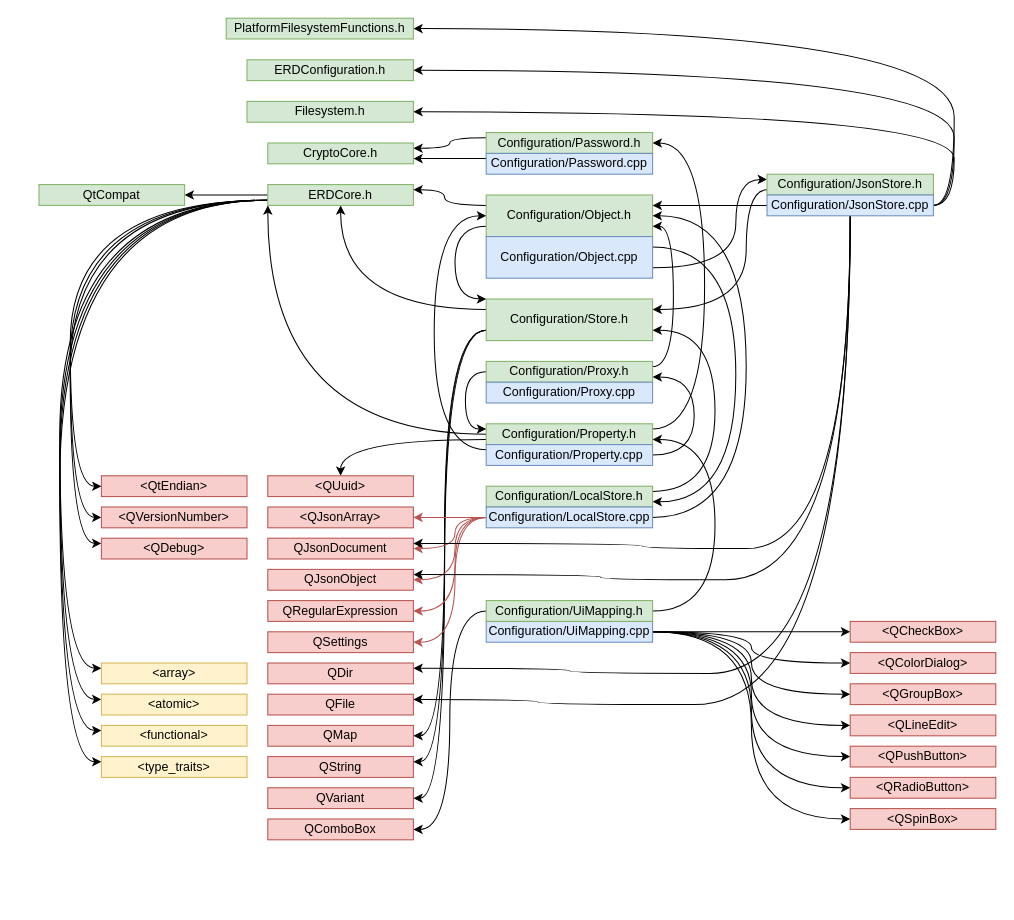
Before: ERD Зависимости.drawio in OMRKiruha/Diagramms, a draw.io diagram. Source tidied: cells renumbered, new cells numbered last; positions are measured from the earlier drawing's top-left corner, leaving out a move shared by most shapes. Both pictures are drawn from the tidied source at 104%, with x=0, y=0 at pixel (38, 18).
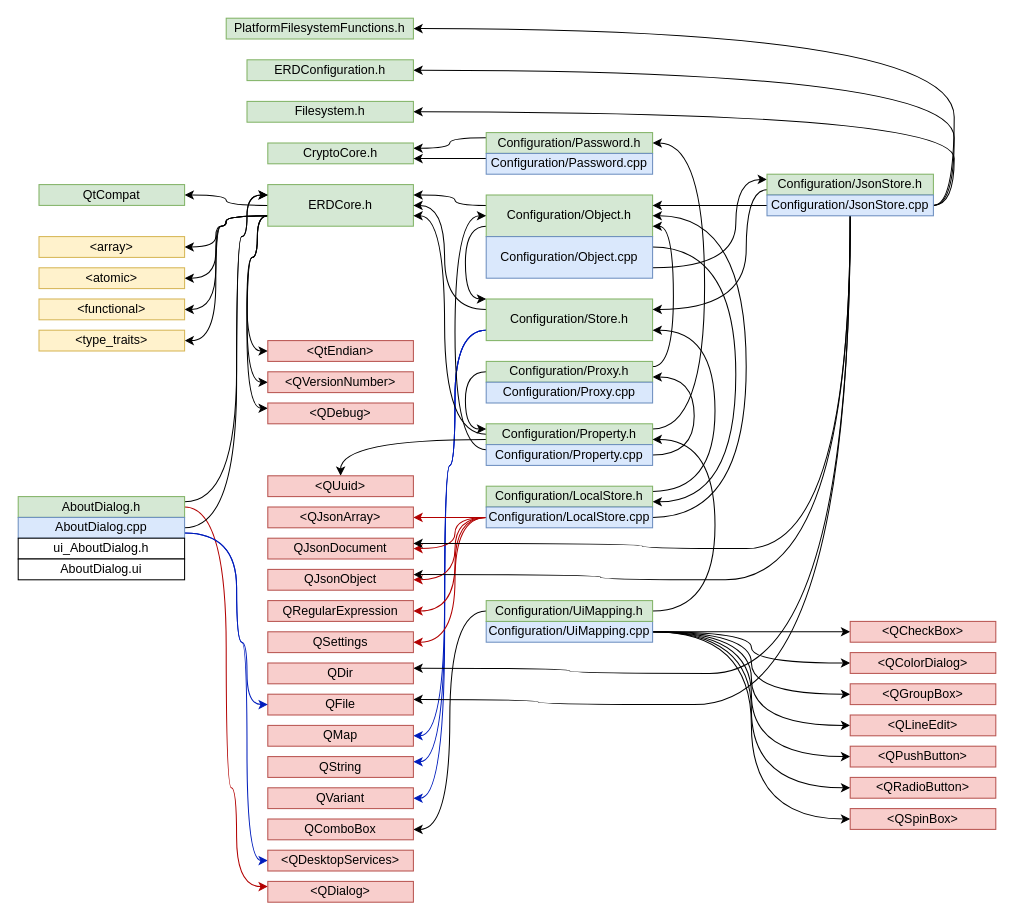
The same diagram, later.

Unchanged cells that the change refers to:
```xml
<mxCell id="15" value="Configuration/Store.h" style="rounded=0;whiteSpace=wrap;html=1;fillColor=#d5e8d4;strokeColor=#82b366;" parent="1" vertex="1">
  <mxGeometry x="430" y="270" width="160" height="40" as="geometry" />
</mxCell>
<mxCell id="18" value="Configuration/Object.h" style="rounded=0;whiteSpace=wrap;html=1;fillColor=#d5e8d4;strokeColor=#82b366;" parent="1" vertex="1">
  <mxGeometry x="430" y="170" width="160" height="40" as="geometry" />
</mxCell>
<mxCell id="29" value="Configuration/Property.h" style="rounded=0;whiteSpace=wrap;html=1;fillColor=#d5e8d4;strokeColor=#82b366;" parent="1" vertex="1">
  <mxGeometry x="430" y="390" width="160" height="20" as="geometry" />
</mxCell>
<mxCell id="32" value="Configuration/Property.cpp" style="rounded=0;whiteSpace=wrap;html=1;fillColor=#dae8fc;strokeColor=#6c8ebf;" parent="1" vertex="1">
  <mxGeometry x="430" y="410" width="160" height="20" as="geometry" />
</mxCell>
<mxCell id="48" value="Configuration/LocalStore.cpp" style="rounded=0;whiteSpace=wrap;html=1;fillColor=#dae8fc;strokeColor=#6c8ebf;" parent="1" vertex="1">
  <mxGeometry x="430" y="470" width="160" height="20" as="geometry" />
</mxCell>
<mxCell id="49" value="&amp;lt;QJsonArray&amp;gt;" style="rounded=0;whiteSpace=wrap;html=1;fillColor=#f8cecc;strokeColor=#b85450;" parent="1" vertex="1">
  <mxGeometry x="220" y="470" width="140" height="20" as="geometry" />
</mxCell>
<mxCell id="50" value="QJsonDocument" style="rounded=0;whiteSpace=wrap;html=1;fillColor=#f8cecc;strokeColor=#b85450;" parent="1" vertex="1">
  <mxGeometry x="220" y="500" width="140" height="20" as="geometry" />
</mxCell>
<mxCell id="51" value="QJsonObject" style="rounded=0;whiteSpace=wrap;html=1;fillColor=#f8cecc;strokeColor=#b85450;" parent="1" vertex="1">
  <mxGeometry x="220" y="530" width="140" height="20" as="geometry" />
</mxCell>
<mxCell id="52" value="QRegularExpression" style="rounded=0;whiteSpace=wrap;html=1;fillColor=#f8cecc;strokeColor=#b85450;" parent="1" vertex="1">
  <mxGeometry x="220" y="560" width="140" height="20" as="geometry" />
</mxCell>
<mxCell id="53" value="QSettings" style="rounded=0;whiteSpace=wrap;html=1;fillColor=#f8cecc;strokeColor=#b85450;" parent="1" vertex="1">
  <mxGeometry x="220" y="590" width="140" height="20" as="geometry" />
</mxCell>
<mxCell id="63" value="QFile" style="rounded=0;whiteSpace=wrap;html=1;fillColor=#f8cecc;strokeColor=#b85450;" parent="1" vertex="1">
  <mxGeometry x="220" y="650" width="140" height="20" as="geometry" />
</mxCell>
<mxCell id="67" value="QMap" style="rounded=0;whiteSpace=wrap;html=1;fillColor=#f8cecc;strokeColor=#b85450;" parent="1" vertex="1">
  <mxGeometry x="220" y="680" width="140" height="20" as="geometry" />
</mxCell>
<mxCell id="68" value="QString" style="rounded=0;whiteSpace=wrap;html=1;fillColor=#f8cecc;strokeColor=#b85450;" parent="1" vertex="1">
  <mxGeometry x="220" y="710" width="140" height="20" as="geometry" />
</mxCell>
<mxCell id="69" value="QVariant" style="rounded=0;whiteSpace=wrap;html=1;fillColor=#f8cecc;strokeColor=#b85450;" parent="1" vertex="1">
  <mxGeometry x="220" y="740" width="140" height="20" as="geometry" />
</mxCell>
<mxCell id="70" value="QtCompat" style="rounded=0;whiteSpace=wrap;html=1;fillColor=#d5e8d4;strokeColor=#82b366;" parent="1" vertex="1">
  <mxGeometry y="160" width="140" height="20" as="geometry" />
</mxCell>
```

Diff of the diagram source:
```diff
@@
-    <mxCell id="2" style="edgeStyle=orthogonalEdgeStyle;rounded=0;jettySize=auto;html=1;exitX=0;exitY=0.5;exitDx=0;exitDy=0;entryX=1;entryY=0.5;entryDx=0;entryDy=0;strokeColor=default;" parent="1" edge="1" source="10" target="70">
+    <mxCell id="2" style="edgeStyle=orthogonalEdgeStyle;jettySize=auto;html=1;exitX=0;exitY=0.5;exitDx=0;exitDy=0;entryX=1;entryY=0.5;entryDx=0;entryDy=0;strokeColor=default;curved=1;" parent="1" edge="1" source="10" target="70">
       <mxGeometry relative="1" as="geometry" />
     </mxCell>
     <mxCell id="3" style="edgeStyle=orthogonalEdgeStyle;curved=1;jettySize=auto;html=1;exitX=0;exitY=0.75;exitDx=0;exitDy=0;entryX=0;entryY=0.5;entryDx=0;entryDy=0;strokeColor=default;" parent="1" edge="1" source="10" target="71">
       <mxGeometry relative="1" as="geometry">
         <Array as="points">
-          <mxPoint x="30" y="175" />
-          <mxPoint x="30" y="450" />
+          <mxPoint x="210" y="190" />
+          <mxPoint x="210" y="230" />
+          <mxPoint x="200" y="230" />
+          <mxPoint x="200" y="320" />
         </Array>
       </mxGeometry>
     </mxCell>
     <mxCell id="4" style="edgeStyle=orthogonalEdgeStyle;curved=1;jettySize=auto;html=1;exitX=0;exitY=0.75;exitDx=0;exitDy=0;entryX=0;entryY=0.5;entryDx=0;entryDy=0;strokeColor=default;" parent="1" edge="1" source="10" target="72">
       <mxGeometry relative="1" as="geometry">
         <Array as="points">
-          <mxPoint x="30" y="175" />
-          <mxPoint x="30" y="480" />
+          <mxPoint x="210" y="190" />
+          <mxPoint x="210" y="230" />
+          <mxPoint x="200" y="230" />
+          <mxPoint x="200" y="350" />
         </Array>
       </mxGeometry>
     </mxCell>
     <mxCell id="5" style="edgeStyle=orthogonalEdgeStyle;curved=1;jettySize=auto;html=1;exitX=0;exitY=0.75;exitDx=0;exitDy=0;entryX=0;entryY=0.25;entryDx=0;entryDy=0;strokeColor=default;" parent="1" edge="1" source="10" target="73">
       <mxGeometry relative="1" as="geometry">
         <Array as="points">
-          <mxPoint x="30" y="175" />
-          <mxPoint x="30" y="505" />
+          <mxPoint x="210" y="190" />
+          <mxPoint x="210" y="230" />
+          <mxPoint x="200" y="230" />
+          <mxPoint x="200" y="375" />
         </Array>
       </mxGeometry>
     </mxCell>
-    <mxCell id="6" style="edgeStyle=orthogonalEdgeStyle;curved=1;jettySize=auto;html=1;exitX=0;exitY=0.75;exitDx=0;exitDy=0;entryX=0;entryY=0.25;entryDx=0;entryDy=0;strokeColor=default;" parent="1" edge="1" source="10" target="74">
+    <mxCell id="6" style="edgeStyle=orthogonalEdgeStyle;curved=1;jettySize=auto;html=1;exitX=0;exitY=0.75;exitDx=0;exitDy=0;entryX=1;entryY=0.5;entryDx=0;entryDy=0;strokeColor=default;" parent="1" edge="1" source="10" target="74">
       <mxGeometry relative="1" as="geometry">
         <Array as="points">
-          <mxPoint x="20" y="175" />
-          <mxPoint x="20" y="625" />
+          <mxPoint x="180" y="190" />
+          <mxPoint x="180" y="200" />
+          <mxPoint x="170" y="200" />
+          <mxPoint x="170" y="220" />
         </Array>
       </mxGeometry>
     </mxCell>
-    <mxCell id="7" style="edgeStyle=orthogonalEdgeStyle;curved=1;jettySize=auto;html=1;exitX=0;exitY=0.75;exitDx=0;exitDy=0;entryX=0;entryY=0.25;entryDx=0;entryDy=0;strokeColor=default;" parent="1" edge="1" source="10" target="75">
+    <mxCell id="7" style="edgeStyle=orthogonalEdgeStyle;curved=1;jettySize=auto;html=1;exitX=0;exitY=0.75;exitDx=0;exitDy=0;entryX=1;entryY=0.5;entryDx=0;entryDy=0;strokeColor=default;" parent="1" edge="1" source="10" target="75">
       <mxGeometry relative="1" as="geometry">
         <Array as="points">
-          <mxPoint x="20" y="175" />
-          <mxPoint x="20" y="655" />
+          <mxPoint x="180" y="190" />
+          <mxPoint x="180" y="200" />
+          <mxPoint x="170" y="200" />
+          <mxPoint x="170" y="250" />
         </Array>
       </mxGeometry>
     </mxCell>
-    <mxCell id="8" style="edgeStyle=orthogonalEdgeStyle;curved=1;jettySize=auto;html=1;exitX=0;exitY=0.75;exitDx=0;exitDy=0;entryX=0;entryY=0.25;entryDx=0;entryDy=0;strokeColor=default;" parent="1" edge="1" source="10" target="76">
+    <mxCell id="8" style="edgeStyle=orthogonalEdgeStyle;curved=1;jettySize=auto;html=1;exitX=0;exitY=0.75;exitDx=0;exitDy=0;entryX=1;entryY=0.5;entryDx=0;entryDy=0;strokeColor=default;" parent="1" edge="1" source="10" target="76">
       <mxGeometry relative="1" as="geometry">
         <Array as="points">
-          <mxPoint x="20" y="175" />
-          <mxPoint x="20" y="685" />
+          <mxPoint x="180" y="190" />
+          <mxPoint x="180" y="200" />
+          <mxPoint x="170" y="200" />
+          <mxPoint x="170" y="280" />
         </Array>
       </mxGeometry>
     </mxCell>
-    <mxCell id="9" style="edgeStyle=orthogonalEdgeStyle;curved=1;jettySize=auto;html=1;exitX=0;exitY=0.75;exitDx=0;exitDy=0;entryX=0;entryY=0.25;entryDx=0;entryDy=0;strokeColor=default;" parent="1" edge="1" source="10" target="77">
+    <mxCell id="9" style="edgeStyle=orthogonalEdgeStyle;curved=1;jettySize=auto;html=1;exitX=0;exitY=0.75;exitDx=0;exitDy=0;entryX=1;entryY=0.5;entryDx=0;entryDy=0;strokeColor=default;" parent="1" edge="1" source="10" target="77">
       <mxGeometry relative="1" as="geometry">
         <Array as="points">
-          <mxPoint x="20" y="175" />
-          <mxPoint x="20" y="715" />
+          <mxPoint x="180" y="190" />
+          <mxPoint x="180" y="200" />
+          <mxPoint x="170" y="200" />
+          <mxPoint x="170" y="310" />
         </Array>
       </mxGeometry>
     </mxCell>
     <mxCell id="10" value="ERDCore.h" style="rounded=0;whiteSpace=wrap;html=1;fillColor=#d5e8d4;strokeColor=#82b366;" parent="1" vertex="1">
-      <mxGeometry x="220" y="160" width="140" height="20" as="geometry" />
+      <mxGeometry x="220" y="160" width="140" height="40" as="geometry" />
     </mxCell>
-    <mxCell id="11" style="edgeStyle=orthogonalEdgeStyle;curved=1;jettySize=auto;html=1;exitX=0;exitY=0.25;exitDx=0;exitDy=0;entryX=0.5;entryY=1;entryDx=0;entryDy=0;strokeColor=default;" parent="1" edge="1" source="15" target="10">
-      <mxGeometry relative="1" as="geometry" />
+    <mxCell id="11" style="edgeStyle=orthogonalEdgeStyle;curved=1;jettySize=auto;html=1;exitX=0;exitY=0.25;exitDx=0;exitDy=0;entryX=1;entryY=0.5;entryDx=0;entryDy=0;strokeColor=default;" parent="1" edge="1" source="15" target="10">
+      <mxGeometry relative="1" as="geometry">
+        <Array as="points">
+          <mxPoint x="390" y="280" />
+          <mxPoint x="390" y="180" />
+        </Array>
+      </mxGeometry>
     </mxCell>
-    <mxCell id="12" style="edgeStyle=orthogonalEdgeStyle;curved=1;jettySize=auto;html=1;exitX=0;exitY=0.75;exitDx=0;exitDy=0;entryX=1;entryY=0.5;entryDx=0;entryDy=0;strokeColor=default;" parent="1" edge="1" source="15" target="67">
+    <mxCell id="12" style="edgeStyle=orthogonalEdgeStyle;curved=1;jettySize=auto;html=1;exitX=0;exitY=0.75;exitDx=0;exitDy=0;entryX=1;entryY=0.5;entryDx=0;entryDy=0;strokeColor=#001DBC;fillColor=#0050ef;" parent="1" edge="1" source="15" target="67">
       <mxGeometry relative="1" as="geometry">
         <Array as="points">
-          <mxPoint x="390" y="300" />
+          <mxPoint x="400" y="300" />
+          <mxPoint x="400" y="430" />
+          <mxPoint x="390" y="430" />
           <mxPoint x="390" y="690" />
         </Array>
       </mxGeometry>
     </mxCell>
-    <mxCell id="13" style="edgeStyle=orthogonalEdgeStyle;curved=1;jettySize=auto;html=1;exitX=0;exitY=0.75;exitDx=0;exitDy=0;entryX=1;entryY=0.25;entryDx=0;entryDy=0;strokeColor=default;" parent="1" edge="1" source="15" target="68">
+    <mxCell id="13" style="edgeStyle=orthogonalEdgeStyle;curved=1;jettySize=auto;html=1;exitX=0;exitY=0.75;exitDx=0;exitDy=0;entryX=1;entryY=0.25;entryDx=0;entryDy=0;strokeColor=#001DBC;fillColor=#0050ef;" parent="1" edge="1" source="15" target="68">
       <mxGeometry relative="1" as="geometry">
         <Array as="points">
-          <mxPoint x="390" y="300" />
+          <mxPoint x="400" y="300" />
+          <mxPoint x="400" y="430" />
+          <mxPoint x="390" y="430" />
           <mxPoint x="390" y="715" />
         </Array>
       </mxGeometry>
     </mxCell>
-    <mxCell id="14" style="edgeStyle=orthogonalEdgeStyle;curved=1;jettySize=auto;html=1;exitX=0;exitY=0.75;exitDx=0;exitDy=0;entryX=1;entryY=0.5;entryDx=0;entryDy=0;strokeColor=default;" parent="1" edge="1" source="15" target="69">
+    <mxCell id="14" style="edgeStyle=orthogonalEdgeStyle;curved=1;jettySize=auto;html=1;exitX=0;exitY=0.75;exitDx=0;exitDy=0;entryX=1;entryY=0.5;entryDx=0;entryDy=0;strokeColor=#001DBC;fillColor=#0050ef;" parent="1" edge="1" source="15" target="69">
       <mxGeometry relative="1" as="geometry">
         <Array as="points">
-          <mxPoint x="390" y="300" />
+          <mxPoint x="400" y="300" />
+          <mxPoint x="400" y="430" />
+          <mxPoint x="390" y="430" />
           <mxPoint x="390" y="750" />
         </Array>
       </mxGeometry>
     </mxCell>
@@
     <mxCell id="16" style="edgeStyle=orthogonalEdgeStyle;jettySize=auto;html=1;exitX=0;exitY=0.75;exitDx=0;exitDy=0;entryX=0;entryY=0;entryDx=0;entryDy=0;curved=1;" parent="1" edge="1" source="18" target="15">
       <mxGeometry relative="1" as="geometry">
         <Array as="points">
-          <mxPoint x="400" y="200" />
-          <mxPoint x="400" y="270" />
+          <mxPoint x="410" y="200" />
+          <mxPoint x="410" y="270" />
         </Array>
       </mxGeometry>
     </mxCell>
     <mxCell id="17" style="edgeStyle=orthogonalEdgeStyle;jettySize=auto;html=1;exitX=0;exitY=0.25;exitDx=0;exitDy=0;entryX=1;entryY=0.25;entryDx=0;entryDy=0;curved=1;" parent="1" edge="1" source="18" target="10">
       <mxGeometry relative="1" as="geometry">
         <Array as="points">
-          <mxPoint x="390" y="180" />
-          <mxPoint x="390" y="165" />
+          <mxPoint x="400" y="180" />
+          <mxPoint x="400" y="170" />
         </Array>
       </mxGeometry>
     </mxCell>
@@
-    <mxCell id="27" style="edgeStyle=orthogonalEdgeStyle;jettySize=auto;html=1;exitX=0;exitY=0.5;exitDx=0;exitDy=0;entryX=0;entryY=1;entryDx=0;entryDy=0;curved=1;" parent="1" edge="1" source="29" target="10">
+    <mxCell id="27" style="edgeStyle=orthogonalEdgeStyle;jettySize=auto;html=1;exitX=0;exitY=0.5;exitDx=0;exitDy=0;entryX=1;entryY=0.75;entryDx=0;entryDy=0;curved=1;" parent="1" edge="1" source="29" target="10">
       <mxGeometry relative="1" as="geometry">
         <Array as="points">
-          <mxPoint x="220" y="400" />
+          <mxPoint x="390" y="400" />
+          <mxPoint x="390" y="190" />
         </Array>
       </mxGeometry>
     </mxCell>
@@
     <mxCell id="30" style="edgeStyle=orthogonalEdgeStyle;jettySize=auto;html=1;exitX=0;exitY=0.25;exitDx=0;exitDy=0;entryX=0;entryY=0.5;entryDx=0;entryDy=0;curved=1;" parent="1" edge="1" source="32" target="18">
       <mxGeometry relative="1" as="geometry">
         <Array as="points">
-          <mxPoint x="380" y="415" />
-          <mxPoint x="380" y="190" />
+          <mxPoint x="400" y="415" />
+          <mxPoint x="400" y="190" />
         </Array>
       </mxGeometry>
     </mxCell>
@@
-    <mxCell id="42" style="edgeStyle=orthogonalEdgeStyle;jettySize=auto;html=1;exitX=0;exitY=0.5;exitDx=0;exitDy=0;entryX=1;entryY=0.5;entryDx=0;entryDy=0;fillColor=#f8cecc;strokeColor=#b85450;curved=1;" parent="1" edge="1" source="48" target="49">
+    <mxCell id="42" style="edgeStyle=orthogonalEdgeStyle;jettySize=auto;html=1;exitX=0;exitY=0.5;exitDx=0;exitDy=0;entryX=1;entryY=0.5;entryDx=0;entryDy=0;fillColor=#e51400;strokeColor=#B20000;curved=1;" parent="1" edge="1" source="48" target="49">
       <mxGeometry relative="1" as="geometry">
         <Array as="points">
           <mxPoint x="440" y="480" />
           <mxPoint x="440" y="480" />
         </Array>
       </mxGeometry>
     </mxCell>
-    <mxCell id="43" style="edgeStyle=orthogonalEdgeStyle;jettySize=auto;html=1;exitX=0;exitY=0.5;exitDx=0;exitDy=0;entryX=1;entryY=0.5;entryDx=0;entryDy=0;fillColor=#f8cecc;strokeColor=#b85450;curved=1;" parent="1" edge="1" source="48" target="50">
+    <mxCell id="43" style="edgeStyle=orthogonalEdgeStyle;jettySize=auto;html=1;exitX=0;exitY=0.5;exitDx=0;exitDy=0;entryX=1;entryY=0.5;entryDx=0;entryDy=0;fillColor=#e51400;strokeColor=#B20000;curved=1;" parent="1" edge="1" source="48" target="50">
       <mxGeometry relative="1" as="geometry">
         <Array as="points">
           <mxPoint x="400" y="480" />
           <mxPoint x="400" y="510" />
         </Array>
       </mxGeometry>
     </mxCell>
-    <mxCell id="44" style="edgeStyle=orthogonalEdgeStyle;jettySize=auto;html=1;exitX=0;exitY=0.5;exitDx=0;exitDy=0;entryX=1;entryY=0.5;entryDx=0;entryDy=0;fillColor=#f8cecc;strokeColor=#b85450;curved=1;" parent="1" edge="1" source="48" target="51">
+    <mxCell id="44" style="edgeStyle=orthogonalEdgeStyle;jettySize=auto;html=1;exitX=0;exitY=0.5;exitDx=0;exitDy=0;entryX=1;entryY=0.5;entryDx=0;entryDy=0;fillColor=#e51400;strokeColor=#B20000;curved=1;" parent="1" edge="1" source="48" target="51">
       <mxGeometry relative="1" as="geometry">
         <Array as="points">
           <mxPoint x="400" y="480" />
           <mxPoint x="400" y="540" />
         </Array>
       </mxGeometry>
     </mxCell>
-    <mxCell id="45" style="edgeStyle=orthogonalEdgeStyle;jettySize=auto;html=1;exitX=0;exitY=0.5;exitDx=0;exitDy=0;entryX=1;entryY=0.5;entryDx=0;entryDy=0;fillColor=#f8cecc;strokeColor=#b85450;curved=1;" parent="1" edge="1" source="48" target="52">
+    <mxCell id="45" style="edgeStyle=orthogonalEdgeStyle;jettySize=auto;html=1;exitX=0;exitY=0.5;exitDx=0;exitDy=0;entryX=1;entryY=0.5;entryDx=0;entryDy=0;fillColor=#e51400;strokeColor=#B20000;curved=1;" parent="1" edge="1" source="48" target="52">
       <mxGeometry relative="1" as="geometry">
         <Array as="points">
           <mxPoint x="400" y="480" />
           <mxPoint x="400" y="570" />
         </Array>
       </mxGeometry>
     </mxCell>
-    <mxCell id="46" style="edgeStyle=orthogonalEdgeStyle;jettySize=auto;html=1;exitX=0;exitY=0.5;exitDx=0;exitDy=0;entryX=1;entryY=0.5;entryDx=0;entryDy=0;fillColor=#f8cecc;strokeColor=#b85450;curved=1;" parent="1" edge="1" source="48" target="53">
+    <mxCell id="46" style="edgeStyle=orthogonalEdgeStyle;jettySize=auto;html=1;exitX=0;exitY=0.5;exitDx=0;exitDy=0;entryX=1;entryY=0.5;entryDx=0;entryDy=0;fillColor=#e51400;strokeColor=#B20000;curved=1;" parent="1" edge="1" source="48" target="53">
       <mxGeometry relative="1" as="geometry">
         <Array as="points">
           <mxPoint x="400" y="480" />
           <mxPoint x="400" y="600" />
         </Array>
       </mxGeometry>
     </mxCell>
@@
     <mxCell id="71" value="&amp;lt;QtEndian&amp;gt;" style="rounded=0;whiteSpace=wrap;html=1;fillColor=#f8cecc;strokeColor=#b85450;" parent="1" vertex="1">
-      <mxGeometry x="60" y="440" width="140" height="20" as="geometry" />
+      <mxGeometry x="220" y="310" width="140" height="20" as="geometry" />
     </mxCell>
     <mxCell id="72" value="&amp;lt;QVersionNumber&amp;gt;" style="rounded=0;whiteSpace=wrap;html=1;fillColor=#f8cecc;strokeColor=#b85450;" parent="1" vertex="1">
-      <mxGeometry x="60" y="470" width="140" height="20" as="geometry" />
+      <mxGeometry x="220" y="340" width="140" height="20" as="geometry" />
     </mxCell>
     <mxCell id="73" value="&amp;lt;QDebug&amp;gt;" style="rounded=0;whiteSpace=wrap;html=1;fillColor=#f8cecc;strokeColor=#b85450;" parent="1" vertex="1">
-      <mxGeometry x="60" y="500" width="140" height="20" as="geometry" />
+      <mxGeometry x="220" y="370" width="140" height="20" as="geometry" />
     </mxCell>
     <mxCell id="74" value="&amp;lt;array&amp;gt;" style="rounded=0;whiteSpace=wrap;html=1;fillColor=#fff2cc;strokeColor=#d6b656;" parent="1" vertex="1">
-      <mxGeometry x="60" y="620" width="140" height="20" as="geometry" />
+      <mxGeometry y="210" width="140" height="20" as="geometry" />
     </mxCell>
     <mxCell id="75" value="&amp;lt;atomic&amp;gt;" style="rounded=0;whiteSpace=wrap;html=1;fillColor=#fff2cc;strokeColor=#d6b656;" parent="1" vertex="1">
-      <mxGeometry x="60" y="650" width="140" height="20" as="geometry" />
+      <mxGeometry y="240" width="140" height="20" as="geometry" />
     </mxCell>
     <mxCell id="76" value="&amp;lt;functional&amp;gt;" style="rounded=0;whiteSpace=wrap;html=1;fillColor=#fff2cc;strokeColor=#d6b656;" parent="1" vertex="1">
-      <mxGeometry x="60" y="680" width="140" height="20" as="geometry" />
+      <mxGeometry y="270" width="140" height="20" as="geometry" />
     </mxCell>
     <mxCell id="77" value="&amp;lt;type_traits&amp;gt;" style="rounded=0;whiteSpace=wrap;html=1;fillColor=#fff2cc;strokeColor=#d6b656;" parent="1" vertex="1">
-      <mxGeometry x="60" y="710" width="140" height="20" as="geometry" />
+      <mxGeometry y="300" width="140" height="20" as="geometry" />
     </mxCell>
@@
+    <mxCell id="99" style="edgeStyle=orthogonalEdgeStyle;curved=1;jettySize=auto;html=1;exitX=1;exitY=0.25;exitDx=0;exitDy=0;entryX=0;entryY=0.25;entryDx=0;entryDy=0;strokeColor=default;" parent="1" edge="1" source="101" target="10">
+      <mxGeometry relative="1" as="geometry">
+        <Array as="points">
+          <mxPoint x="190" y="465" />
+          <mxPoint x="190" y="210" />
+          <mxPoint x="200" y="210" />
+          <mxPoint x="200" y="170" />
+        </Array>
+      </mxGeometry>
+    </mxCell>
+    <mxCell id="100" style="edgeStyle=orthogonalEdgeStyle;curved=1;jettySize=auto;html=1;exitX=1;exitY=0.5;exitDx=0;exitDy=0;entryX=0;entryY=0.25;entryDx=0;entryDy=0;strokeColor=#B20000;fillColor=#e51400;" parent="1" edge="1" source="101" target="107">
+      <mxGeometry relative="1" as="geometry">
+        <Array as="points">
+          <mxPoint x="180" y="470" />
+          <mxPoint x="180" y="740" />
+          <mxPoint x="190" y="740" />
+          <mxPoint x="190" y="835" />
+        </Array>
+      </mxGeometry>
+    </mxCell>
+    <mxCell id="101" value="AboutDialog.h" style="rounded=0;whiteSpace=wrap;html=1;fillColor=#d5e8d4;strokeColor=#82b366;" parent="1" vertex="1">
+      <mxGeometry x="-20" y="460" width="160" height="20" as="geometry" />
+    </mxCell>
+    <mxCell id="102" style="edgeStyle=orthogonalEdgeStyle;curved=1;jettySize=auto;html=1;exitX=1;exitY=0.5;exitDx=0;exitDy=0;entryX=0;entryY=0.25;entryDx=0;entryDy=0;strokeColor=default;" parent="1" edge="1" source="105" target="10">
+      <mxGeometry relative="1" as="geometry">
+        <Array as="points">
+          <mxPoint x="190" y="490" />
+          <mxPoint x="190" y="210" />
+          <mxPoint x="200" y="210" />
+          <mxPoint x="200" y="170" />
+        </Array>
+      </mxGeometry>
+    </mxCell>
+    <mxCell id="103" style="edgeStyle=orthogonalEdgeStyle;curved=1;jettySize=auto;html=1;exitX=1;exitY=0.75;exitDx=0;exitDy=0;entryX=0;entryY=0.5;entryDx=0;entryDy=0;strokeColor=#001DBC;fillColor=#0050ef;" parent="1" edge="1" source="105" target="63">
+      <mxGeometry relative="1" as="geometry">
+        <Array as="points">
+          <mxPoint x="190" y="495" />
+          <mxPoint x="190" y="600" />
+          <mxPoint x="200" y="600" />
+          <mxPoint x="200" y="660" />
+        </Array>
+      </mxGeometry>
+    </mxCell>
+    <mxCell id="104" style="edgeStyle=orthogonalEdgeStyle;curved=1;jettySize=auto;html=1;exitX=1;exitY=0.75;exitDx=0;exitDy=0;entryX=0;entryY=0.5;entryDx=0;entryDy=0;strokeColor=#001DBC;fillColor=#0050ef;" parent="1" edge="1" source="105" target="109">
+      <mxGeometry relative="1" as="geometry">
+        <Array as="points">
+          <mxPoint x="190" y="495" />
+          <mxPoint x="190" y="600" />
+          <mxPoint x="200" y="600" />
+          <mxPoint x="200" y="810" />
+        </Array>
+      </mxGeometry>
+    </mxCell>
+    <mxCell id="105" value="AboutDialog.cpp" style="rounded=0;whiteSpace=wrap;html=1;fillColor=#dae8fc;strokeColor=#6c8ebf;" parent="1" vertex="1">
+      <mxGeometry x="-20" y="480" width="160" height="20" as="geometry" />
+    </mxCell>
+    <mxCell id="106" value="ui_AboutDialog.h" style="rounded=0;whiteSpace=wrap;html=1;" parent="1" vertex="1">
+      <mxGeometry x="-20" y="500" width="160" height="20" as="geometry" />
+    </mxCell>
+    <mxCell id="107" value="&amp;lt;QDialog&amp;gt;" style="rounded=0;whiteSpace=wrap;html=1;fillColor=#f8cecc;strokeColor=#b85450;" parent="1" vertex="1">
+      <mxGeometry x="220" y="830" width="140" height="20" as="geometry" />
+    </mxCell>
+    <mxCell id="108" value="AboutDialog.ui" style="rounded=0;whiteSpace=wrap;html=1;" parent="1" vertex="1">
+      <mxGeometry x="-20" y="520" width="160" height="20" as="geometry" />
+    </mxCell>
+    <mxCell id="109" value="&amp;lt;QDesktopServices&amp;gt;" style="rounded=0;whiteSpace=wrap;html=1;fillColor=#f8cecc;strokeColor=#b85450;" parent="1" vertex="1">
+      <mxGeometry x="220" y="800" width="140" height="20" as="geometry" />
+    </mxCell>
```
